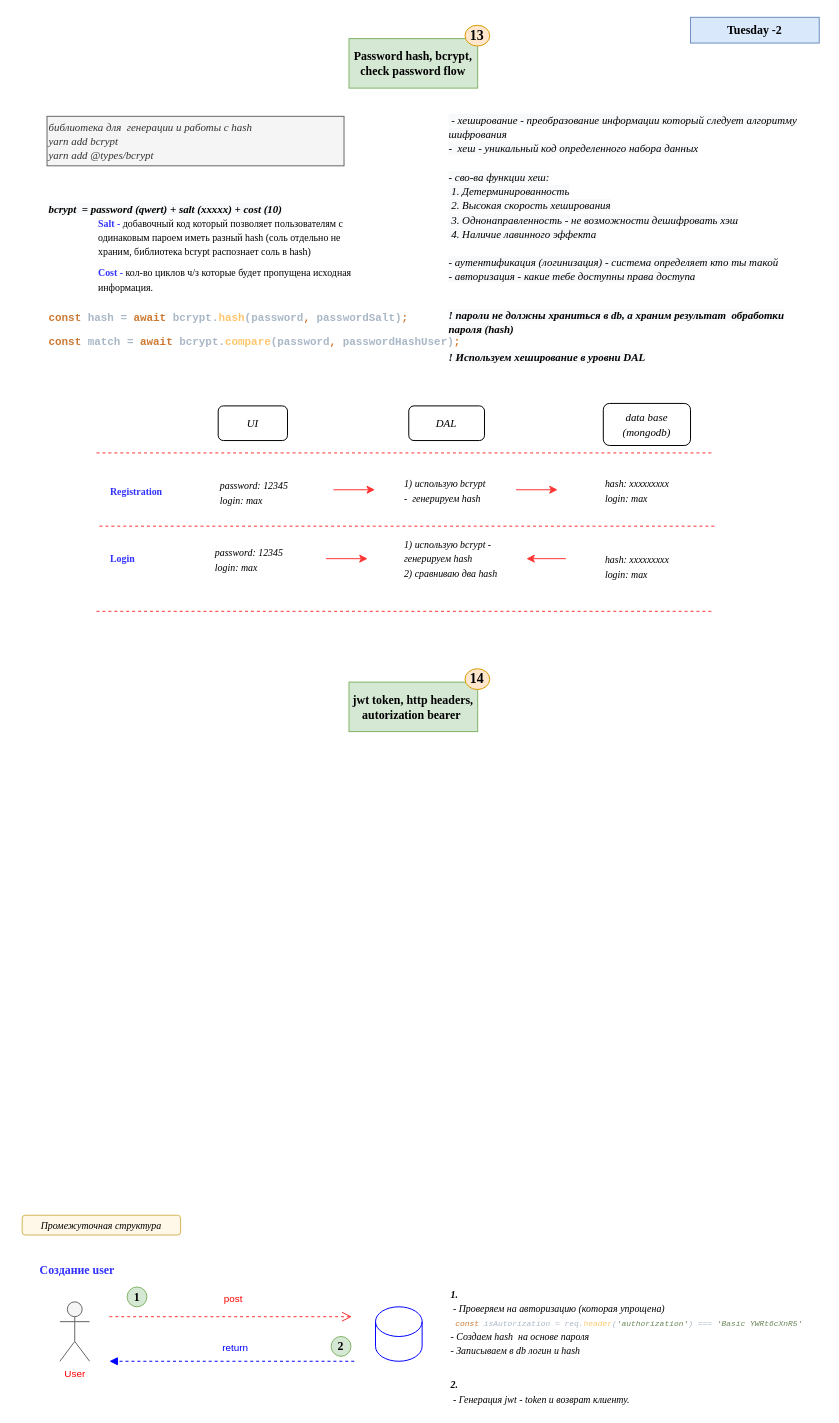
This is page "Tuesday" (3 of 5) of Fundamentals_conception_Node.drawio from AndrosovMA/Fundamentals-NodeJS, a draw.io file, before an edit. Source tidied: cells renumbered, new cells numbered last; positions are measured from the earlier drawing's top-left corner, leaving out a move shared by most shapes. Both pictures are drawn from the tidied source at 99%, with x=0, y=0 at pixel (22, 17).
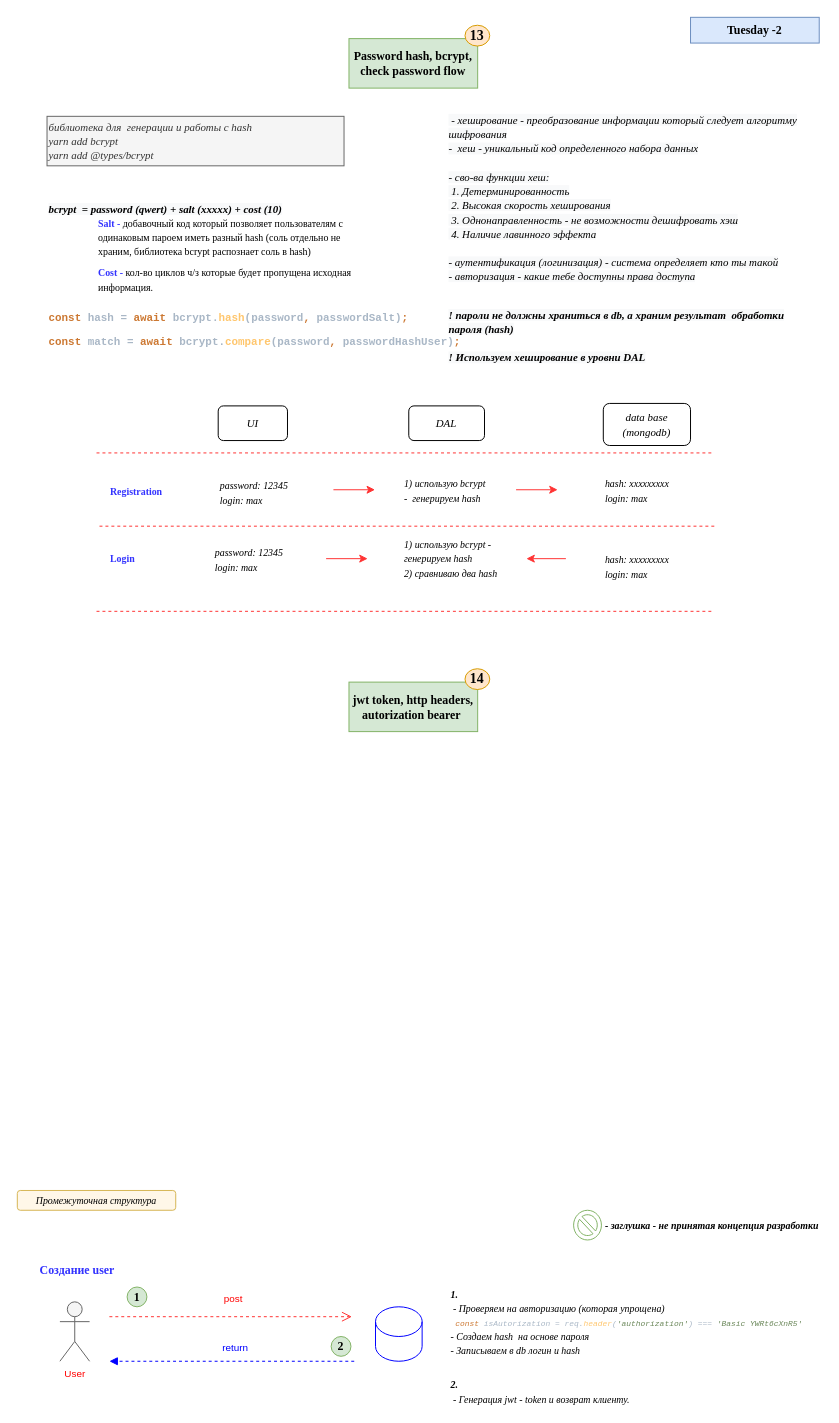
The same diagram, later.

Diff of the diagram source:
```diff
@@
     <mxCell id="32" value="&lt;font style=&quot;&quot;&gt;&lt;span style=&quot;font-size: 10px;&quot;&gt;&lt;i&gt;Промежуточная структура&lt;/i&gt;&lt;/span&gt;&lt;br style=&quot;font-size: 11px;&quot;&gt;&lt;/font&gt;" style="rounded=1;whiteSpace=wrap;html=1;shadow=0;align=center;fontFamily=Times New Roman;fontStyle=0;fillStyle=auto;fillColor=#FFF7E8;strokeColor=#d6b656;fontSize=11;" parent="1" vertex="1">
-      <mxGeometry x="-0.1" y="1210" width="160" height="20" as="geometry" />
+      <mxGeometry x="-5" y="1185" width="160" height="20" as="geometry" />
     </mxCell>
@@
-    <mxCell id="37" style="shape=cylinder3;whiteSpace=wrap;html=1;boundedLbl=1;backgroundOutline=1;size=15;labelBackgroundColor=none;fontSize=10;fontColor=#000000;strokeColor=#0000FF;" parent="1" vertex="1">
+    <mxCell id="37" style="shape=cylinder3;whiteSpace=wrap;html=1;boundedLbl=1;backgroundOutline=1;size=15;labelBackgroundColor=none;fontSize=10;fontColor=#000000;strokeColor=#0000FF;gradientColor=none;shadow=0;sketch=0;fillColor=none;" parent="1" vertex="1">
       <mxGeometry x="356.8" y="1302.5" width="47.1" height="55" as="geometry" />
     </mxCell>
@@
+    <mxCell id="44" style="verticalLabelPosition=bottom;verticalAlign=top;html=1;shape=mxgraph.basic.no_symbol;labelBackgroundColor=none;labelBorderColor=none;strokeColor=#82b366;fontSize=9;fillColor=none;" parent="1" vertex="1">
+      <mxGeometry x="556.9" y="1205" width="28.1" height="30" as="geometry" />
+    </mxCell>
+    <mxCell id="45" value="&lt;span style=&quot;font-size: 10px;&quot;&gt;&lt;b&gt;- заглушка - не принятая концепция разработки&lt;/b&gt;&lt;/span&gt;" style="rounded=0;whiteSpace=wrap;html=1;shadow=0;dashed=1;align=left;fontFamily=Times New Roman;fontStyle=2;fillColor=none;strokeColor=none;" parent="1" vertex="1">
+      <mxGeometry x="587" y="1205" width="220" height="30" as="geometry" />
+    </mxCell>
```
